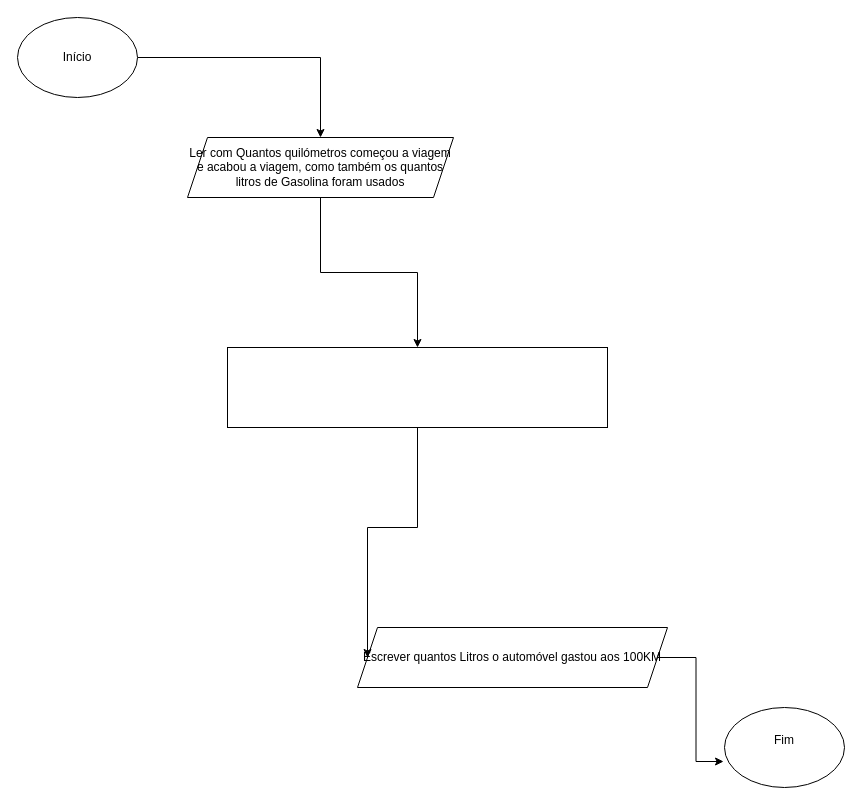
Rato0101/Fluxogramas keeps this draw.io diagram as Flux2.drawio. Above is the earlier version. Source tidied: cells renumbered, new cells numbered last; positions are measured from the earlier drawing's top-left corner, leaving out a move shared by most shapes. Both pictures are drawn from the tidied source at 100%, with x=0, y=0 at pixel (17, 17).
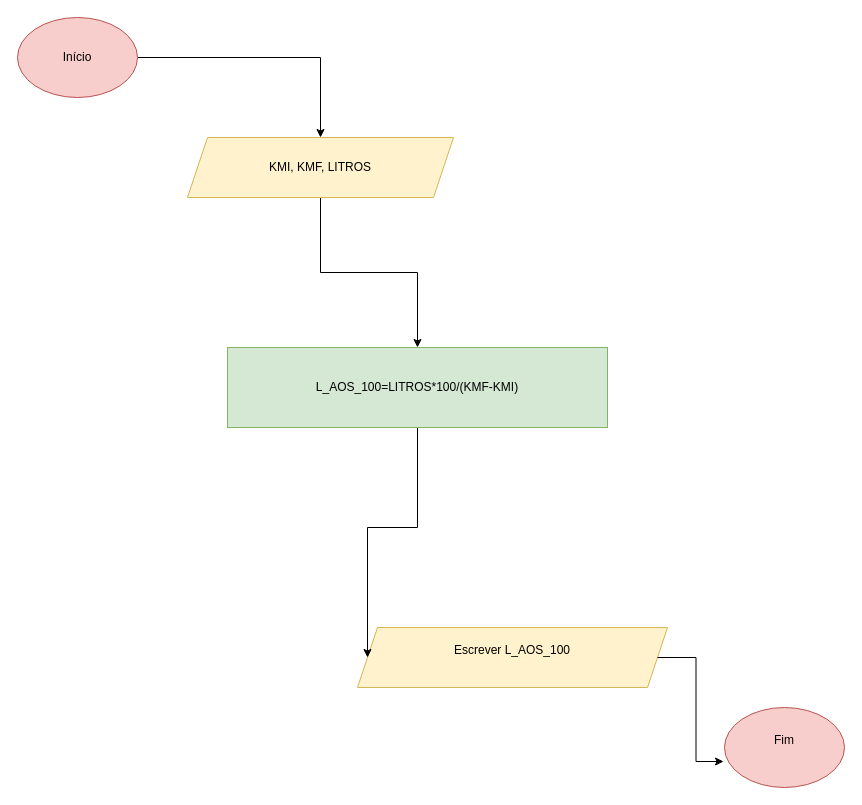
The same page after the edit.

Change to the diagram source:
```diff
@@
 <mxGraphModel>
   <root>
     <mxCell id="0" />
     <mxCell id="1" parent="0" />
     <mxCell id="2" style="edgeStyle=orthogonalEdgeStyle;rounded=0;jettySize=auto;html=1;entryX=0.5;entryY=0;entryDx=0;entryDy=0;" parent="1" edge="1" source="3" target="6">
       <mxGeometry relative="1" as="geometry" />
     </mxCell>
-    <mxCell id="3" value="Início" style="ellipse;whiteSpace=wrap;html=1;shapeInside=1;" parent="1" vertex="1">
+    <mxCell id="3" value="Início" style="ellipse;whiteSpace=wrap;html=1;shapeInside=1;fillColor=#f8cecc;strokeColor=#b85450;" parent="1" vertex="1">
       <mxGeometry width="120" height="80" as="geometry" />
     </mxCell>
-    <mxCell id="4" value="Fim&lt;div&gt;&lt;br/&gt;&lt;/div&gt;" style="ellipse;whiteSpace=wrap;html=1;shapeInside=1;" parent="1" vertex="1">
+    <mxCell id="4" value="Fim&lt;div&gt;&lt;br/&gt;&lt;/div&gt;" style="ellipse;whiteSpace=wrap;html=1;shapeInside=1;fillColor=#f8cecc;strokeColor=#b85450;" parent="1" vertex="1">
       <mxGeometry x="707" y="690" width="120" height="80" as="geometry" />
     </mxCell>
     <mxCell id="5" style="edgeStyle=orthogonalEdgeStyle;rounded=0;jettySize=auto;html=1;entryX=0.5;entryY=0;entryDx=0;entryDy=0;" parent="1" edge="1" source="6" target="9">
       <mxGeometry relative="1" as="geometry" />
     </mxCell>
-    <mxCell id="6" value="Ler com Quantos quilómetros começou a viagem e acabou a viagem, como também os quantos litros de Gasolina foram usados" style="shape=parallelogram;perimeter=parallelogramPerimeter;whiteSpace=wrap;html=1;shapeInside=1;fixedSize=1;" parent="1" vertex="1">
+    <mxCell id="6" value="KMI, KMF, LITROS" style="shape=parallelogram;perimeter=parallelogramPerimeter;whiteSpace=wrap;html=1;shapeInside=1;fixedSize=1;fillColor=#fff2cc;strokeColor=#d6b656;" parent="1" vertex="1">
       <mxGeometry x="170" y="120" width="266" height="60" as="geometry" />
     </mxCell>
-    <mxCell id="7" value="Escrever quantos Litros o automóvel gastou aos 100KM" style="shape=parallelogram;perimeter=parallelogramPerimeter;whiteSpace=wrap;html=1;shapeInside=1;fixedSize=1;" parent="1" vertex="1">
+    <mxCell id="7" value="Escrever L_AOS_100&lt;div&gt;&lt;br/&gt;&lt;/div&gt;" style="shape=parallelogram;perimeter=parallelogramPerimeter;whiteSpace=wrap;html=1;shapeInside=1;fixedSize=1;fillColor=#fff2cc;strokeColor=#d6b656;" parent="1" vertex="1">
       <mxGeometry x="340" y="610" width="310" height="60" as="geometry" />
     </mxCell>
     <mxCell id="8" style="edgeStyle=orthogonalEdgeStyle;rounded=0;jettySize=auto;html=1;entryX=0;entryY=0.5;entryDx=0;entryDy=0;" parent="1" edge="1" source="9" target="7">
       <mxGeometry relative="1" as="geometry" />
     </mxCell>
-    <mxCell id="9" style="rounded=0;whiteSpace=wrap;html=1;" parent="1" vertex="1">
+    <mxCell id="9" value="L_AOS_100=LITROS*100/(KMF-KMI)" style="rounded=0;whiteSpace=wrap;html=1;fillColor=#d5e8d4;strokeColor=#82b366;" parent="1" vertex="1">
       <mxGeometry x="210" y="330" width="380" height="80" as="geometry" />
     </mxCell>
     <mxCell id="10" style="edgeStyle=orthogonalEdgeStyle;rounded=0;jettySize=auto;html=1;entryX=-0.008;entryY=0.675;entryDx=0;entryDy=0;entryPerimeter=0;" parent="1" edge="1" source="7" target="4">
       <mxGeometry relative="1" as="geometry" />
     </mxCell>
   </root>
 </mxGraphModel>
```
